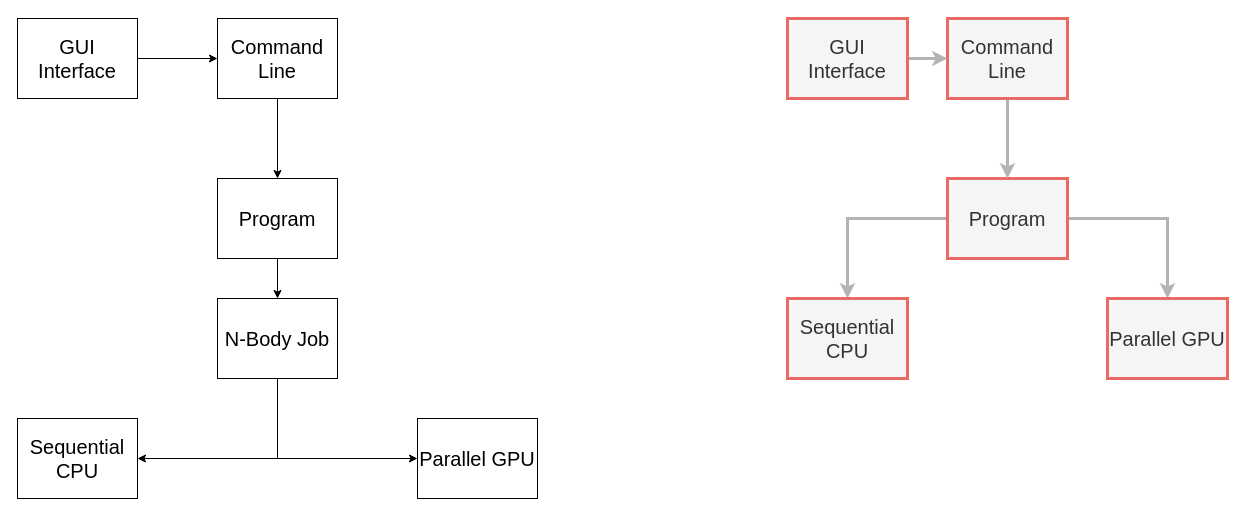
Before: materials/tempp.drawio in chrishollandaise/parallel-n-body-simulation, a draw.io diagram. Source tidied: cells renumbered, new cells numbered last; positions are measured from the earlier drawing's top-left corner, leaving out a move shared by most shapes. Both pictures are drawn from the tidied source at 100%, with x=0, y=0 at pixel (17, 18).
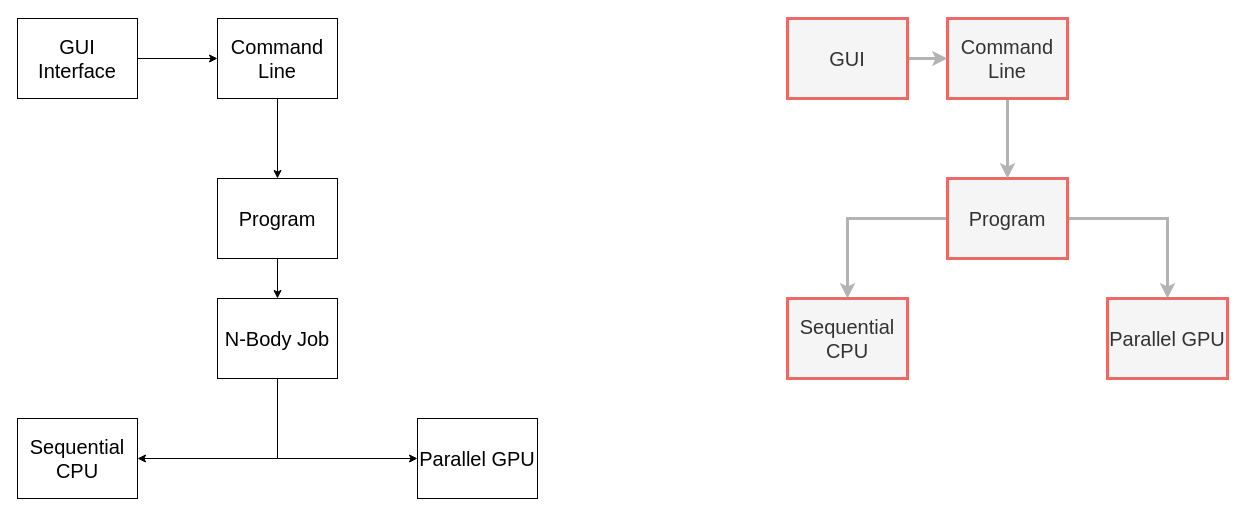
After the change.

Diff of the diagram source:
```diff
@@
-    <mxCell id="8" value="&lt;font style=&quot;font-size: 20px&quot;&gt;GUI Interface&lt;/font&gt;" style="rounded=0;whiteSpace=wrap;html=1;fillColor=#f5f5f5;strokeColor=#EA6B66;fontColor=#333333;strokeWidth=3;" parent="1" vertex="1">
+    <mxCell id="8" value="&lt;font style=&quot;font-size: 20px&quot;&gt;GUI&lt;/font&gt;" style="rounded=0;whiteSpace=wrap;html=1;fillColor=#f5f5f5;strokeColor=#EA6B66;fontColor=#333333;strokeWidth=3;" parent="1" vertex="1">
       <mxGeometry x="770" width="120" height="80" as="geometry" />
     </mxCell>
```
